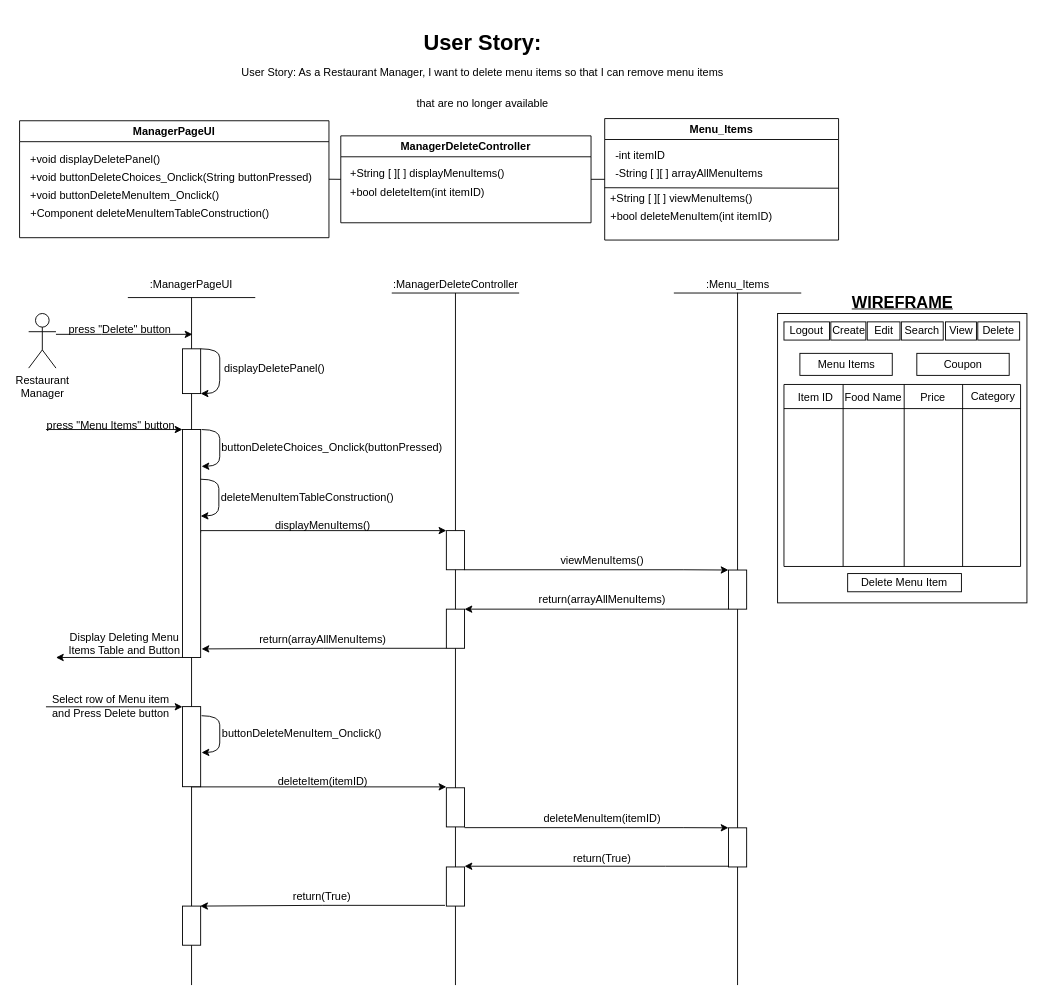
Before: BCE_UML_and_Diagrams/RestaurantManager/RestaurantManager_DeleteItems(#19)/UserStory#19_DeleteItems.drawio in extred5700/JAVAGUI-Restaurant-Table-Order-System, a draw.io diagram. Source tidied: cells renumbered, new cells numbered last; positions are measured from the earlier drawing's top-left corner, leaving out a move shared by most shapes. Both pictures are drawn from the tidied source at 91%, with x=0, y=0 at pixel (19, 25).
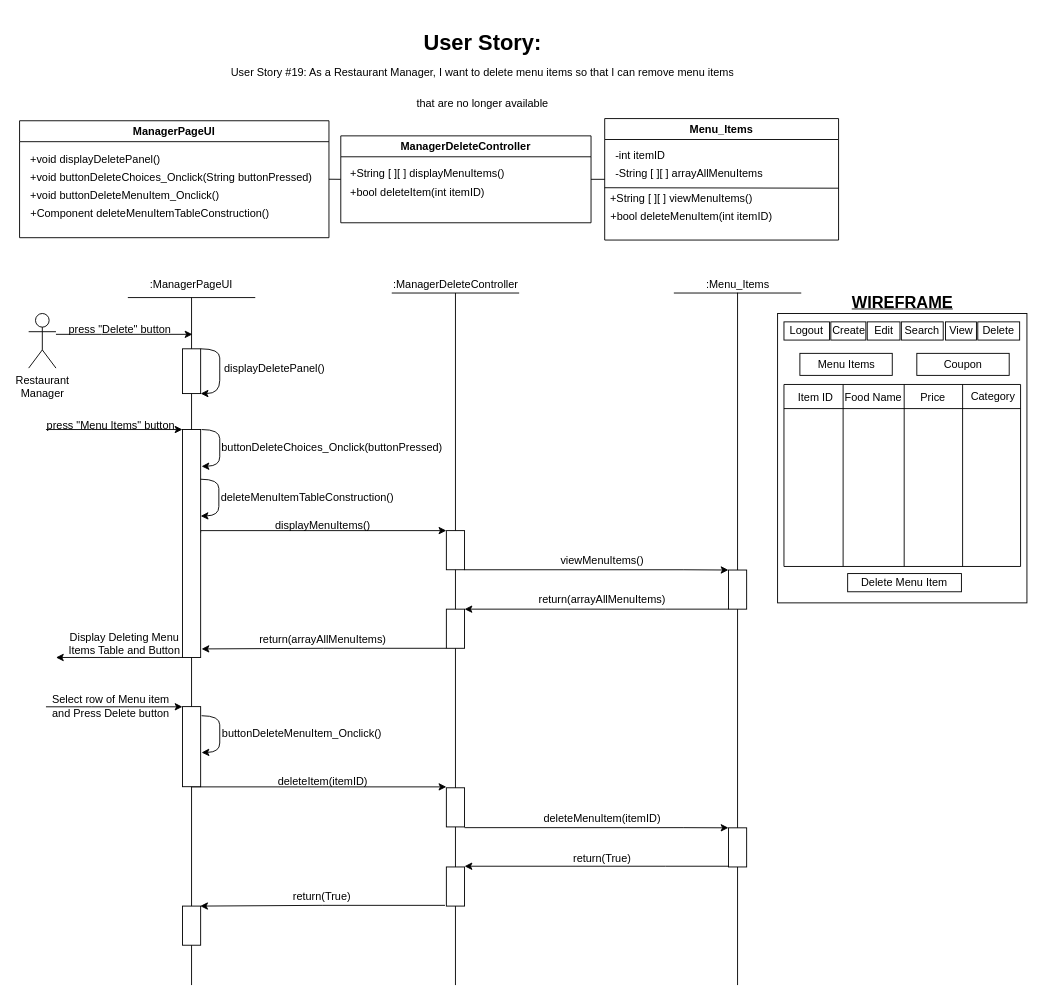
After the change.

What changed in the source:
```diff
@@
-    <mxCell id="49" value="&lt;h1&gt;User Story:&lt;br&gt;&lt;font style=&quot;font-size: 12px ; font-weight: normal&quot;&gt;User Story: As a Restaurant Manager, I want to delete menu items so that I can remove menu items&lt;/font&gt;&lt;/h1&gt;&lt;div&gt;&lt;font style=&quot;font-size: 12px ; font-weight: normal&quot;&gt;that are no longer available&lt;/font&gt;&lt;/div&gt;" style="text;html=1;strokeColor=none;fillColor=none;spacing=5;spacingTop=-20;whiteSpace=wrap;overflow=hidden;rounded=0;align=center;" parent="1" vertex="1">
+    <mxCell id="49" value="&lt;h1&gt;User Story:&lt;br&gt;&lt;font style=&quot;font-size: 12px ; font-weight: normal&quot;&gt;User Story #19: As a Restaurant Manager, I want to delete menu items so that I can remove menu items&lt;/font&gt;&lt;/h1&gt;&lt;div&gt;&lt;font style=&quot;font-size: 12px ; font-weight: normal&quot;&gt;that are no longer available&lt;/font&gt;&lt;/div&gt;" style="text;html=1;strokeColor=none;fillColor=none;spacing=5;spacingTop=-20;whiteSpace=wrap;overflow=hidden;rounded=0;align=center;" parent="1" vertex="1">
       <mxGeometry x="219" width="580" height="100" as="geometry" />
     </mxCell>
```
